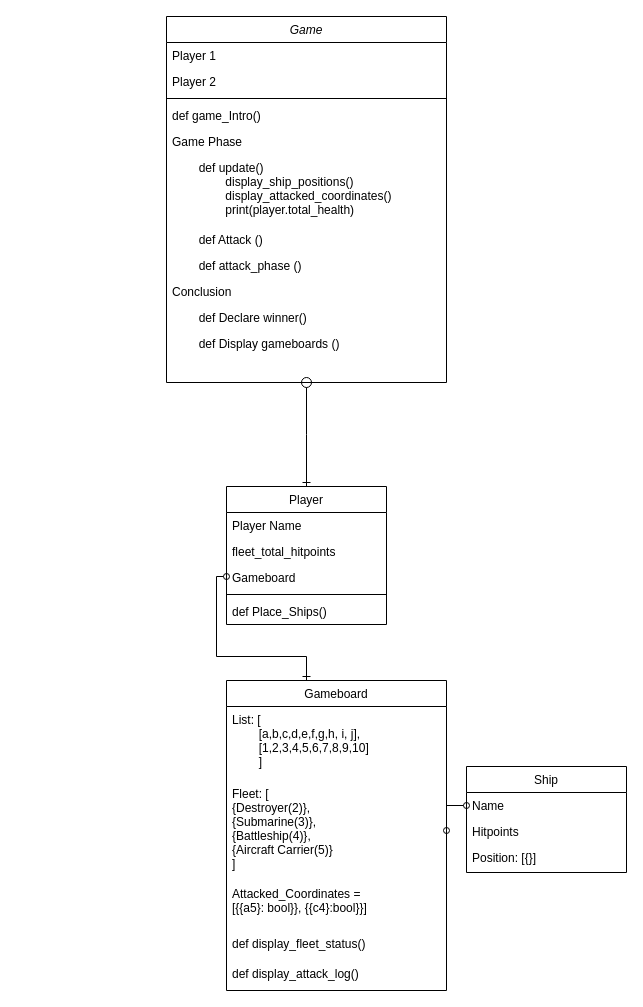
aamrlyman/Battleship-Second-Try keeps this draw.io diagram as Untitled Diagram.drawio. Above is the earlier version. Source tidied: cells renumbered, new cells numbered last; positions are measured from the earlier drawing's top-left corner, leaving out a move shared by most shapes. Both pictures are drawn from the tidied source at 100%, with x=0, y=0 at pixel (166, 16).
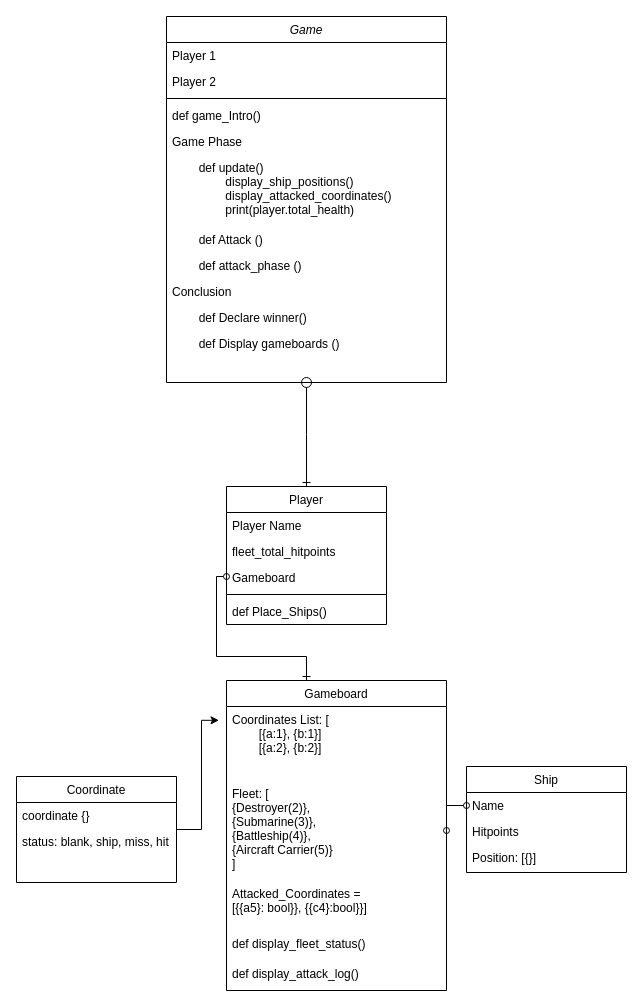
After the change.

Commit message:
add coordinate class

Unchanged cells that the change refers to:
```xml
<mxCell id="26" value="Gameboard" style="swimlane;fontStyle=0;align=center;verticalAlign=top;horizontal=1;startSize=26;rounded=0;shadow=0;strokeWidth=1;" parent="1" vertex="1">
  <mxGeometry x="60" y="664" width="220" height="310" as="geometry" />
</mxCell>
```

The edit, as a diff of the source:
```diff
@@
-    <mxCell id="27" value="List: [&#10;        [a,b,c,d,e,f,g,h, i, j], &#10;        [1,2,3,4,5,6,7,8,9,10]&#10;        ]&#10;" style="text;align=left;verticalAlign=top;spacingLeft=4;spacingRight=4;overflow=hidden;points=[[0,0.5],[1,0.5]];portConstraint=eastwest;" parent="26" vertex="1">
+    <mxCell id="27" value="Coordinates List: [&#10;        [{a:1}, {b:1}]&#10;        [{a:2}, {b:2}]&#10;" style="text;align=left;verticalAlign=top;spacingLeft=4;spacingRight=4;overflow=hidden;points=[[0,0.5],[1,0.5]];portConstraint=eastwest;" parent="26" vertex="1">
       <mxGeometry y="26" width="220" height="74" as="geometry" />
     </mxCell>
@@
+    <mxCell id="33" style="edgeStyle=orthogonalEdgeStyle;rounded=0;jettySize=auto;html=1;entryX=-0.034;entryY=0.187;entryDx=0;entryDy=0;entryPerimeter=0;" parent="1" edge="1" source="34" target="27">
+      <mxGeometry relative="1" as="geometry" />
+    </mxCell>
+    <mxCell id="34" value="Coordinate" style="swimlane;fontStyle=0;align=center;verticalAlign=top;horizontal=1;startSize=26;rounded=0;shadow=0;strokeWidth=1;" parent="1" vertex="1">
+      <mxGeometry x="-150" y="760" width="160" height="106" as="geometry" />
+    </mxCell>
+    <mxCell id="35" value="coordinate {}" style="text;align=left;verticalAlign=top;spacingLeft=4;spacingRight=4;overflow=hidden;" parent="34" vertex="1">
+      <mxGeometry y="26" width="160" height="26" as="geometry" />
+    </mxCell>
+    <mxCell id="36" value="status: blank, ship, miss, hit" style="text;align=left;verticalAlign=top;spacingLeft=4;spacingRight=4;overflow=hidden;rounded=0;shadow=0;html=0;" parent="34" vertex="1">
+      <mxGeometry y="52" width="160" height="26" as="geometry" />
+    </mxCell>
```
